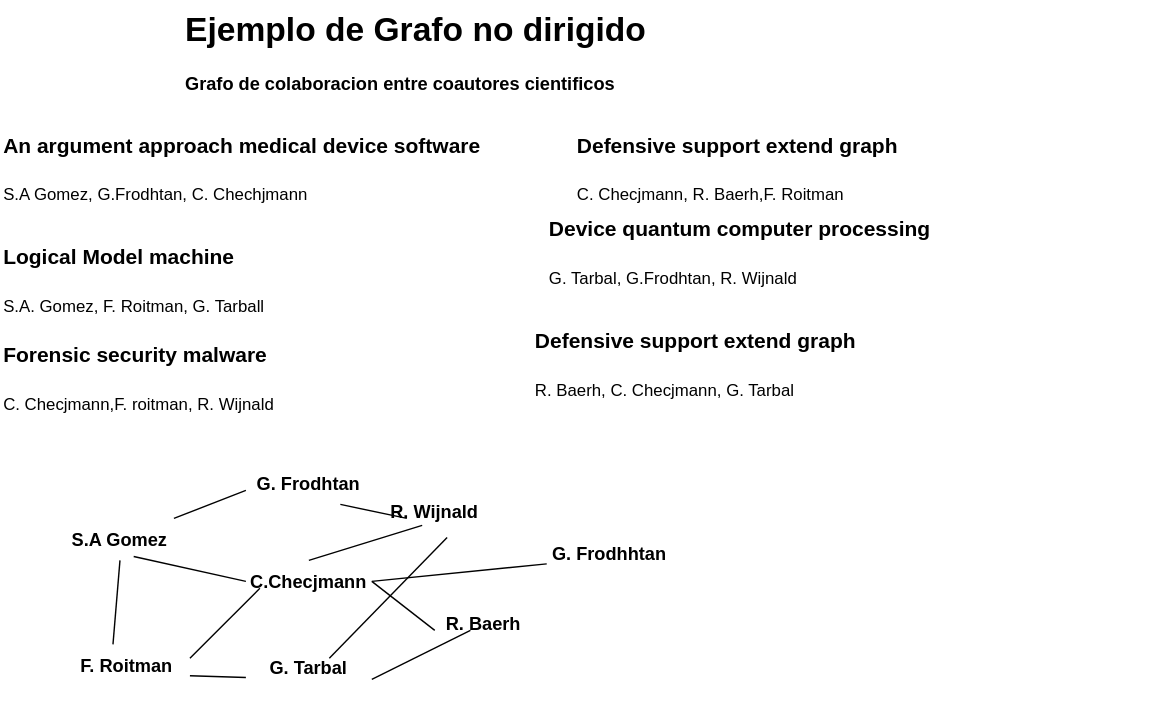
Above: Estructura-de-datos/Grafos/ejemplo-grafo-nodir.drawio.svg in Nordcode-cyber/Algoritmos-Estructdatos (draw.io), before the change. Source tidied: cells renumbered, new cells last; positions are measured from the earlier drawing's top-left corner, leaving out a move shared by most shapes.
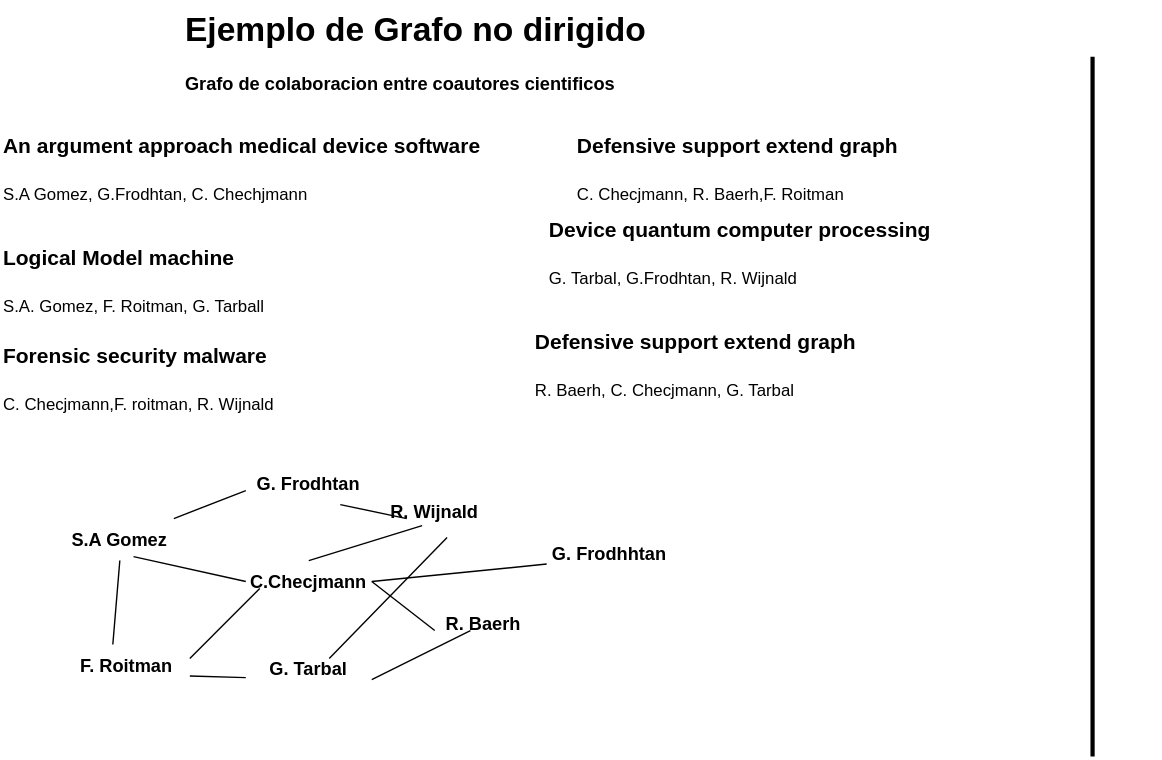
Later version of the same file.

What changed in the source:
```diff
@@ -91,5 +91,11 @@
         <mxPoint x="335.5" y="450" as="targetPoint" />
       </mxGeometry>
     </mxCell>
+    <mxCell id="28" style="endArrow=none;html=1;strokeWidth=3;" parent="1" edge="1">
+      <mxGeometry relative="1" as="geometry">
+        <mxPoint x="780" y="540" as="sourcePoint" />
+        <mxPoint x="780" y="40" as="targetPoint" />
+      </mxGeometry>
+    </mxCell>
   </root>
 </mxGraphModel>
```
